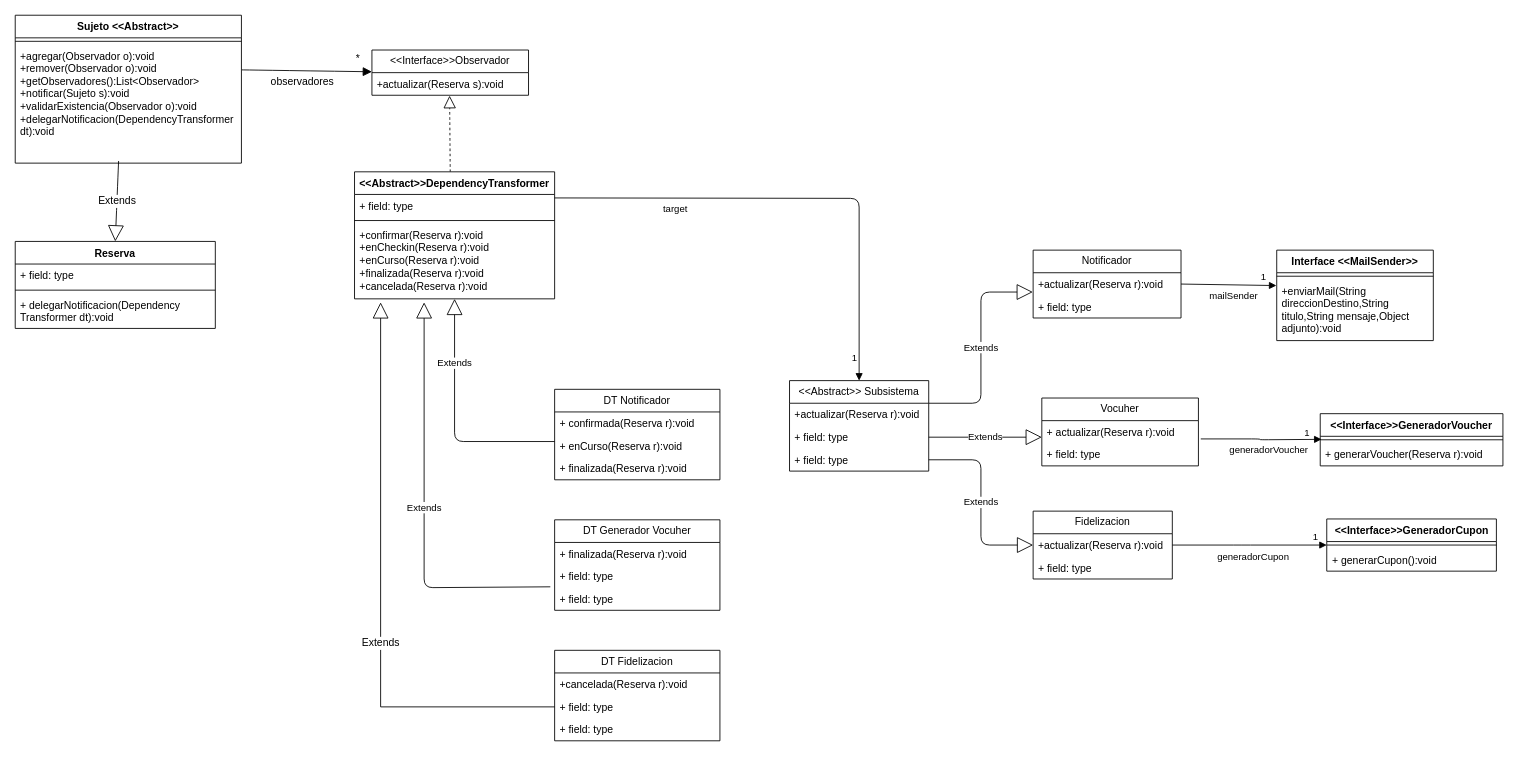
This is UML/2.5 notificaciones de la reserva.drawio from MartinianoOliveto/po2-integrador, a draw.io file, before an edit. Source tidied: cells renumbered, new cells numbered last; positions are measured from the earlier drawing's top-left corner, leaving out a move shared by most shapes. Both pictures are drawn from the tidied source at 87%, with x=0, y=0 at pixel (15, 15).
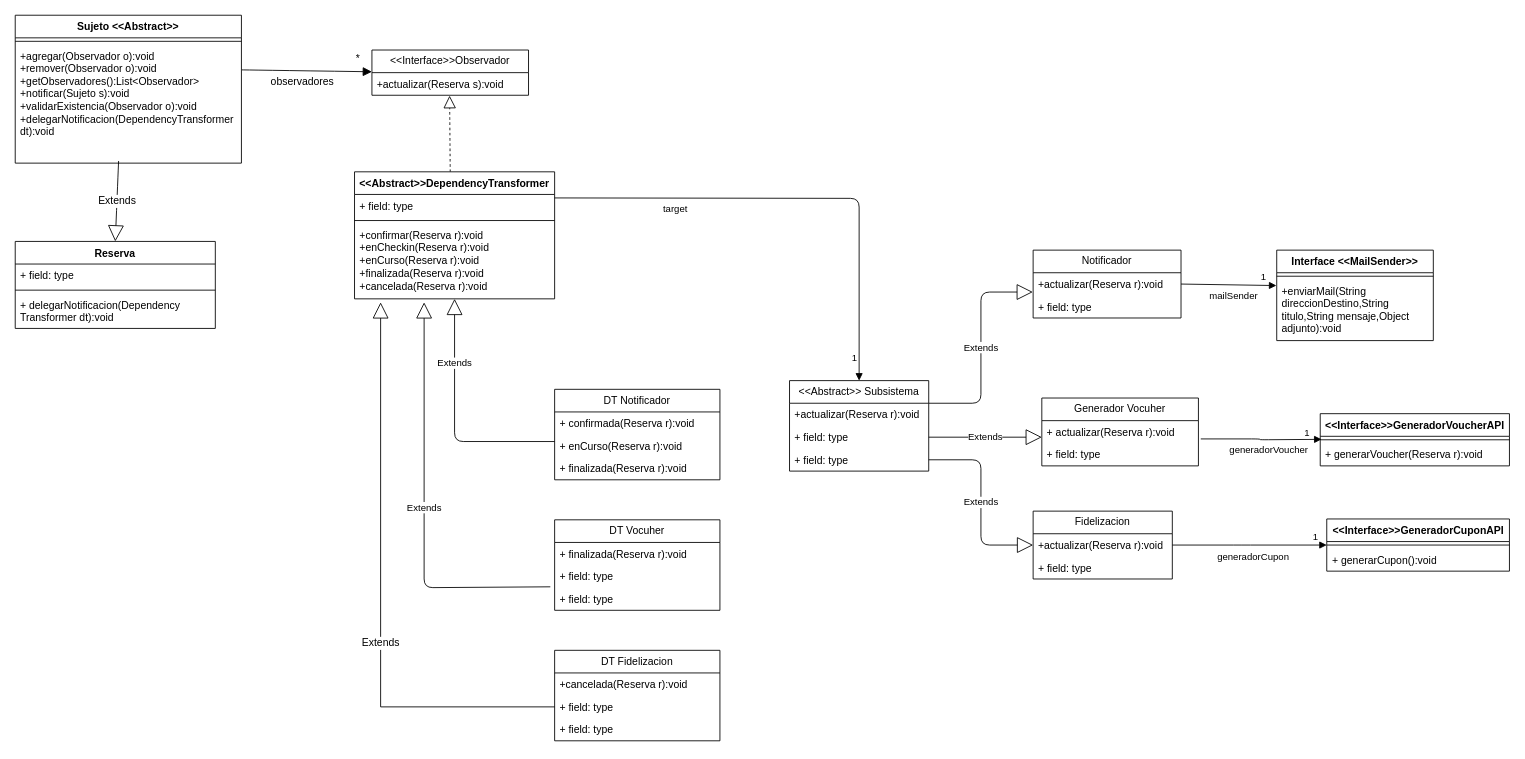
The same diagram, later.

Commit message (it also covers changes not shown here):
comentario de desventaja de solucion + UML terminado

What changed in the source:
```diff
@@
-    <mxCell id="17" value="DT Generador Vocuher" style="swimlane;fontStyle=0;horizontal=1;startSize=26;fillColor=none;whiteSpace=wrap;html=1;" parent="1" vertex="1">
+    <mxCell id="17" value="DT Vocuher" style="swimlane;fontStyle=0;horizontal=1;startSize=26;fillColor=none;whiteSpace=wrap;html=1;" parent="1" vertex="1">
       <mxGeometry x="620" y="580" width="190" height="104" as="geometry" />
     </mxCell>
@@
-    <mxCell id="29" value="Vocuher" style="swimlane;fontStyle=0;horizontal=1;startSize=26;fillColor=none;whiteSpace=wrap;html=1;" parent="1" vertex="1">
+    <mxCell id="29" value="Generador Vocuher" style="swimlane;fontStyle=0;horizontal=1;startSize=26;fillColor=none;whiteSpace=wrap;html=1;" parent="1" vertex="1">
       <mxGeometry x="1180" y="440" width="180" height="78" as="geometry" />
     </mxCell>
@@
-    <mxCell id="49" value="&amp;lt;&amp;lt;Interface&amp;gt;&amp;gt;GeneradorVoucher" style="swimlane;fontStyle=1;align=center;verticalAlign=top;horizontal=1;startSize=26;whiteSpace=wrap;html=1;" parent="1" vertex="1">
-      <mxGeometry x="1500" y="458" width="210" height="60" as="geometry" />
+    <mxCell id="49" value="&amp;lt;&amp;lt;Interface&amp;gt;&amp;gt;GeneradorVoucherAPI" style="swimlane;fontStyle=1;align=center;verticalAlign=top;horizontal=1;startSize=26;whiteSpace=wrap;html=1;" parent="1" vertex="1">
+      <mxGeometry x="1500" y="458" width="217.5" height="60" as="geometry" />
     </mxCell>
     <mxCell id="50" style="line;strokeWidth=1;fillColor=none;align=left;verticalAlign=middle;spacingTop=-1;spacingLeft=3;spacingRight=3;labelPosition=right;strokeColor=inherit;labelPerimeter=1;" parent="49" vertex="1">
-      <mxGeometry y="26" width="210" height="8" as="geometry" />
+      <mxGeometry y="26" width="217.5" height="8" as="geometry" />
     </mxCell>
     <mxCell id="51" value="+ generarVoucher(Reserva r):void" style="text;strokeColor=none;fillColor=none;align=left;verticalAlign=top;spacingLeft=4;spacingRight=4;overflow=hidden;whiteSpace=wrap;html=1;" parent="49" vertex="1">
-      <mxGeometry y="34" width="210" height="26" as="geometry" />
+      <mxGeometry y="34" width="217.5" height="26" as="geometry" />
     </mxCell>
-    <mxCell id="52" value="&amp;lt;&amp;lt;Interface&amp;gt;&amp;gt;GeneradorCupon" style="swimlane;fontStyle=1;align=center;verticalAlign=top;horizontal=1;startSize=26;whiteSpace=wrap;html=1;" parent="1" vertex="1">
-      <mxGeometry x="1507.5" y="579" width="195" height="60" as="geometry" />
+    <mxCell id="52" value="&amp;lt;&amp;lt;Interface&amp;gt;&amp;gt;GeneradorCuponAPI" style="swimlane;fontStyle=1;align=center;verticalAlign=top;horizontal=1;startSize=26;whiteSpace=wrap;html=1;" parent="1" vertex="1">
+      <mxGeometry x="1507.5" y="579" width="210" height="60" as="geometry" />
     </mxCell>
     <mxCell id="53" style="line;strokeWidth=1;fillColor=none;align=left;verticalAlign=middle;spacingTop=-1;spacingLeft=3;spacingRight=3;labelPosition=right;strokeColor=inherit;labelPerimeter=1;" parent="52" vertex="1">
-      <mxGeometry y="26" width="195" height="8" as="geometry" />
+      <mxGeometry y="26" width="210" height="8" as="geometry" />
     </mxCell>
     <mxCell id="54" value="+ generarCupon():void" style="text;strokeColor=none;fillColor=none;align=left;verticalAlign=top;spacingLeft=4;spacingRight=4;overflow=hidden;whiteSpace=wrap;html=1;" parent="52" vertex="1">
-      <mxGeometry y="34" width="195" height="26" as="geometry" />
+      <mxGeometry y="34" width="210" height="26" as="geometry" />
     </mxCell>
```
